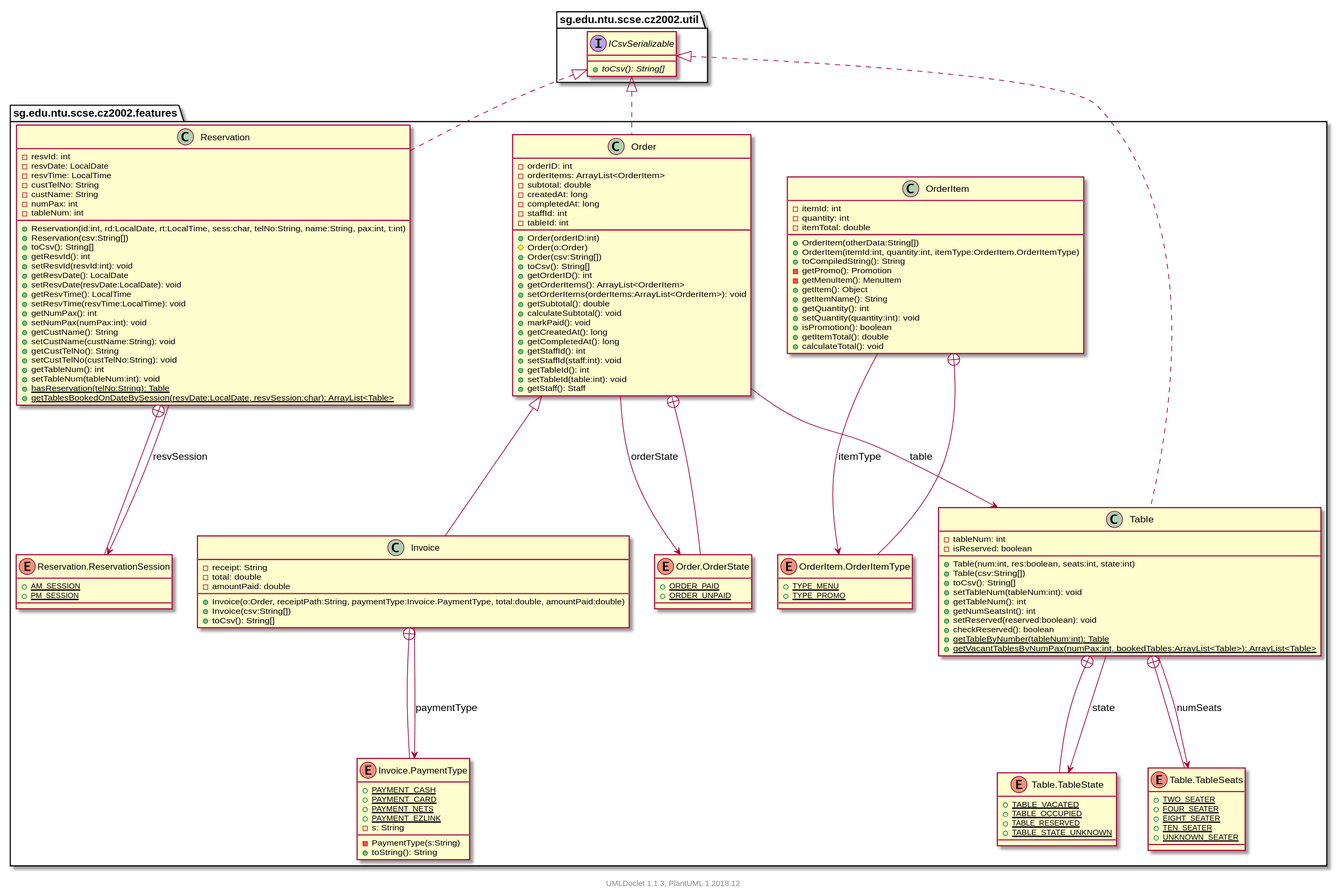
The PlantUML diagram projects/oodp/html/umlversion/uml/sg.edu.ntu.scse.cz2002.features.package.svg in itachi1706/How-to-use-Git-NTUSCSE1819-Site, before a commit.
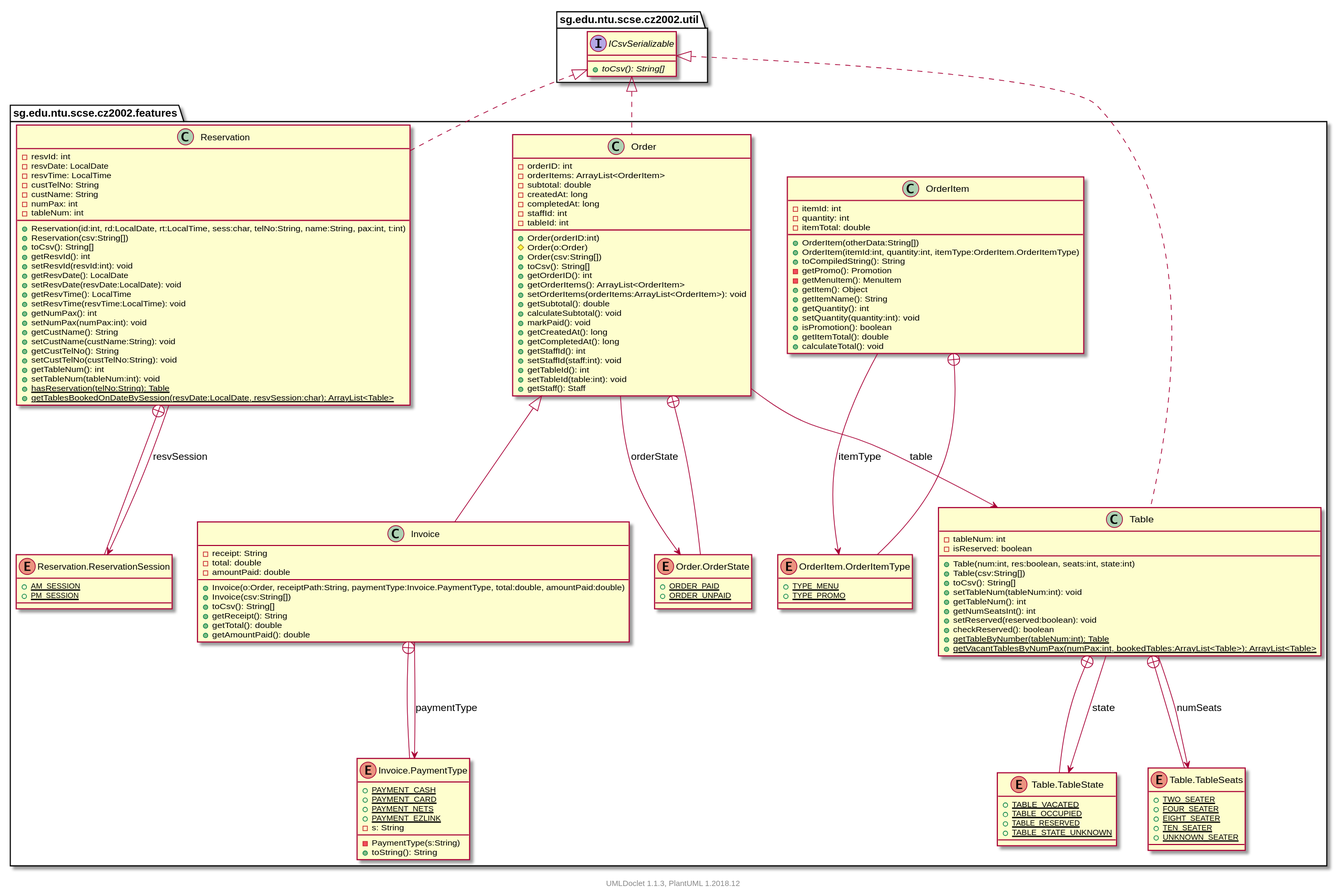
Above is the later version.

The edit, as a diff of the source:
```diff
@@ -98,6 +98,9 @@
             +Invoice(o:Order, receiptPath:String, paymentType:Invoice.PaymentType, total:double, amountPaid:double)
             +Invoice(csv:String[])
             +toCsv(): String[]
+            +getReceipt(): String
+            +getTotal(): double
+            +getAmountPaid(): double
         }
 
         enum sg.edu.ntu.scse.cz2002.features.Invoice.PaymentType [[../sg/edu/ntu/scse/cz2002/features/Invoice.PaymentType.html]] {
```
